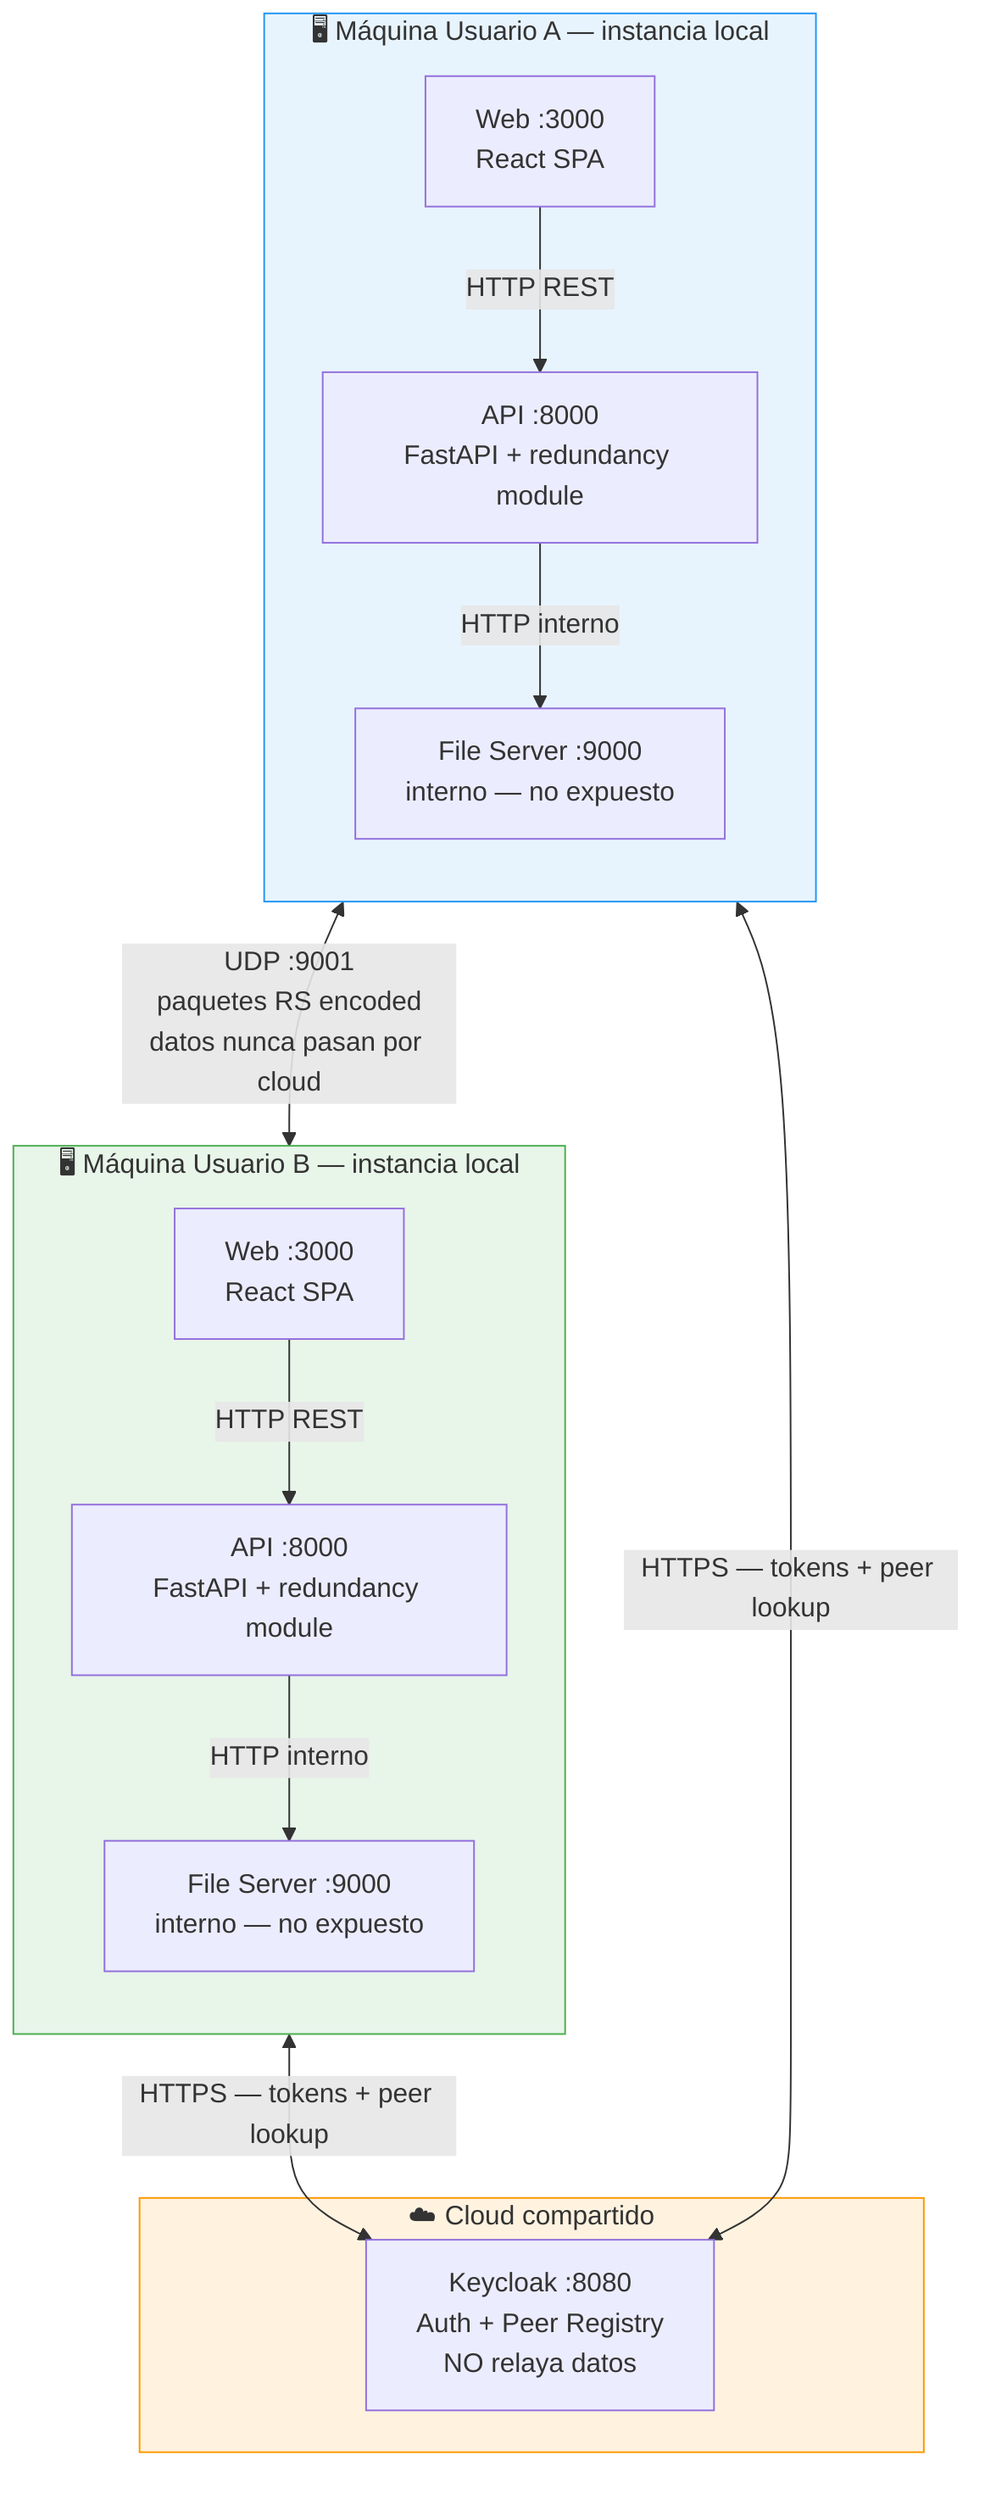
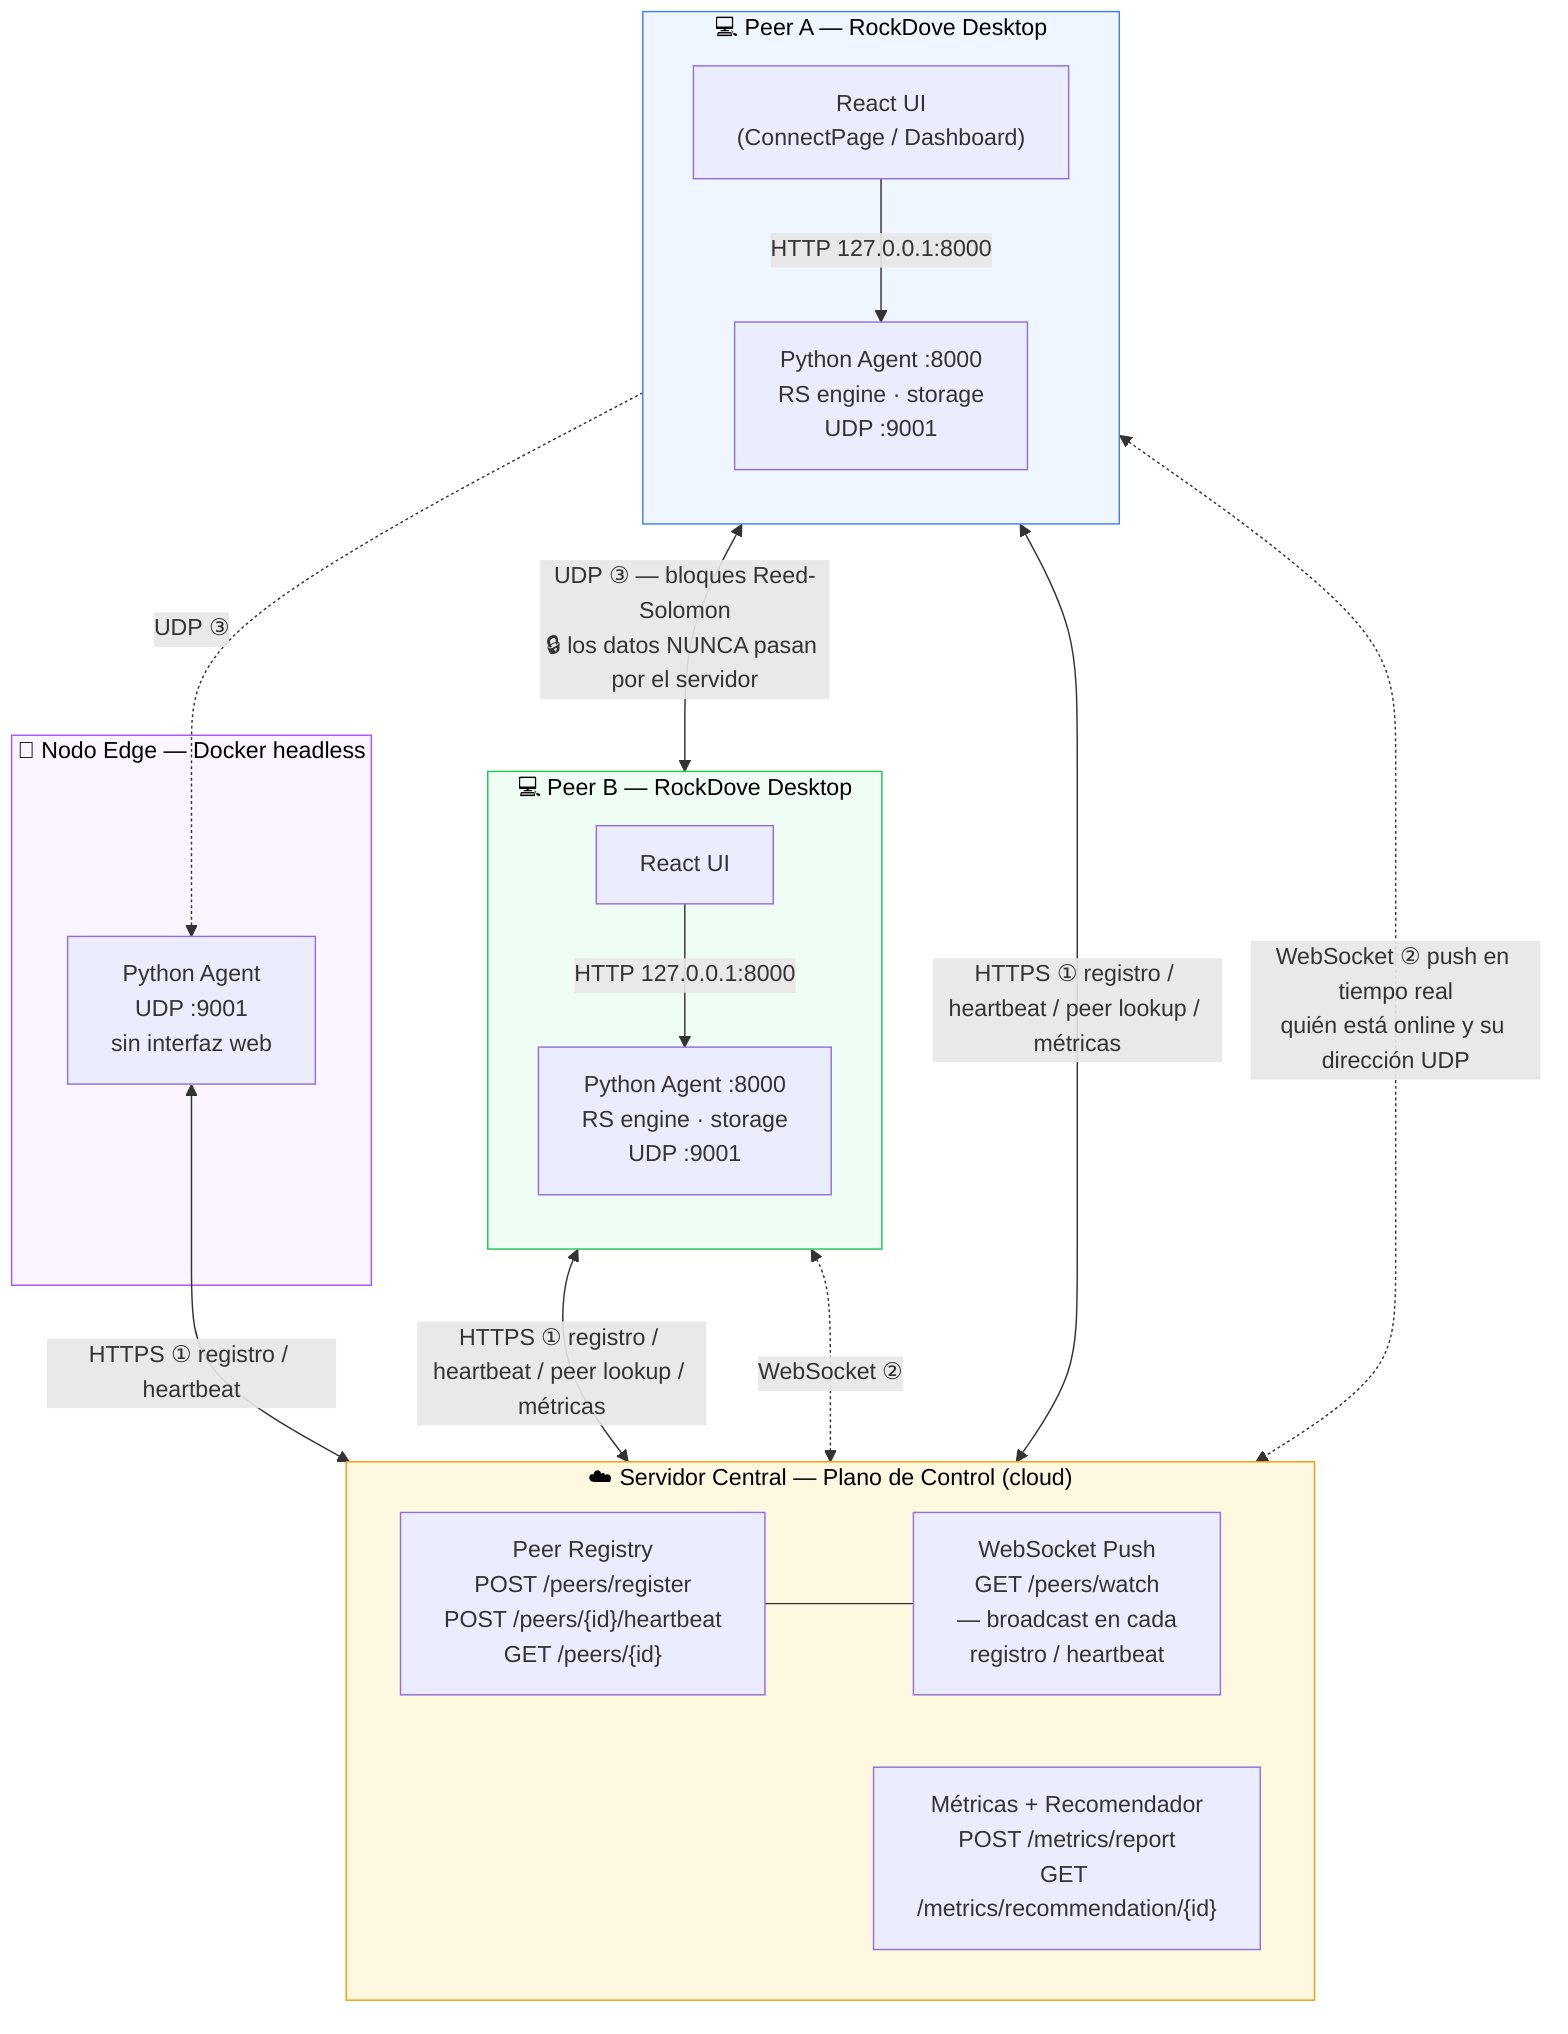
graph TB
-   subgraph mA["🖥️ Máquina Usuario A — instancia local"]
-     direction TB
-     WebA["Web :3000\nReact SPA"]
-     ApiA["API :8000\nFastAPI + redundancy module"]
-     FsA["File Server :9000\ninterno — no expuesto"]
-     WebA -->|HTTP REST| ApiA
-     ApiA -->|HTTP interno| FsA
+   subgraph cloud["☁️ Servidor Central — Plano de Control (cloud)"]
+     direction LR
+     PR["Peer Registry\nPOST /peers/register\nPOST /peers/{id}/heartbeat\nGET /peers/{id}"]
+     WS["WebSocket Push\nGET /peers/watch\n— broadcast en cada\nregistro / heartbeat"]
+     MR["Métricas + Recomendador\nPOST /metrics/report\nGET /metrics/recommendation/{id}"]
+     PR --- WS
  end

-   subgraph mB["🖥️ Máquina Usuario B — instancia local"]
+   subgraph peerA["💻 Peer A — RockDove Desktop"]
    direction TB
-     WebB["Web :3000\nReact SPA"]
-     ApiB["API :8000\nFastAPI + redundancy module"]
-     FsB["File Server :9000\ninterno — no expuesto"]
-     WebB -->|HTTP REST| ApiB
-     ApiB -->|HTTP interno| FsB
+     UIA["React UI\n(ConnectPage / Dashboard)"]
+     AgentA["Python Agent :8000\nRS engine · storage\nUDP :9001"]
+     UIA -->|"HTTP 127.0.0.1:8000"| AgentA
  end

-   subgraph cloud["☁️ Cloud compartido"]
-     KC["Keycloak :8080\nAuth + Peer Registry\nNO relaya datos"]
+   subgraph peerB["💻 Peer B — RockDove Desktop"]
+     direction TB
+     UIB["React UI"]
+     AgentB["Python Agent :8000\nRS engine · storage\nUDP :9001"]
+     UIB -->|"HTTP 127.0.0.1:8000"| AgentB
  end

-   ApiA <-->|"UDP :9001\npaquetes RS encoded\ndatos nunca pasan por cloud"| ApiB
-   ApiA <-->|HTTPS — tokens + peer lookup| KC
-   ApiB <-->|HTTPS — tokens + peer lookup| KC
+   subgraph edge["🔧 Nodo Edge — Docker headless"]
+     AgentE["Python Agent\nUDP :9001\nsin interfaz web"]
+   end

-   style mA fill:#e8f4fd,stroke:#2196F3
-   style mB fill:#e8f5e9,stroke:#4CAF50
-   style cloud fill:#fff3e0,stroke:#FF9800
+   AgentA <-->|"HTTPS ① registro / heartbeat / peer lookup / métricas"| PR
+   AgentB <-->|"HTTPS ① registro / heartbeat / peer lookup / métricas"| PR
+   AgentE <-->|"HTTPS ① registro / heartbeat"| PR
+ 
+   UIA <-.->|"WebSocket ② push en tiempo real\nquién está online y su dirección UDP"| WS
+   UIB <-.->|"WebSocket ②"| WS
+ 
+   AgentA <-->|"UDP ③ — bloques Reed-Solomon\n🔒 los datos NUNCA pasan por el servidor"| AgentB
+   AgentA -.->|"UDP ③"| AgentE
+ 
+   style cloud fill:#fff8e1,stroke:#f59e0b,color:#000
+   style peerA fill:#eff6ff,stroke:#3b82f6,color:#000
+   style peerB fill:#f0fdf4,stroke:#22c55e,color:#000
+   style edge fill:#faf5ff,stroke:#a855f7,color:#000
